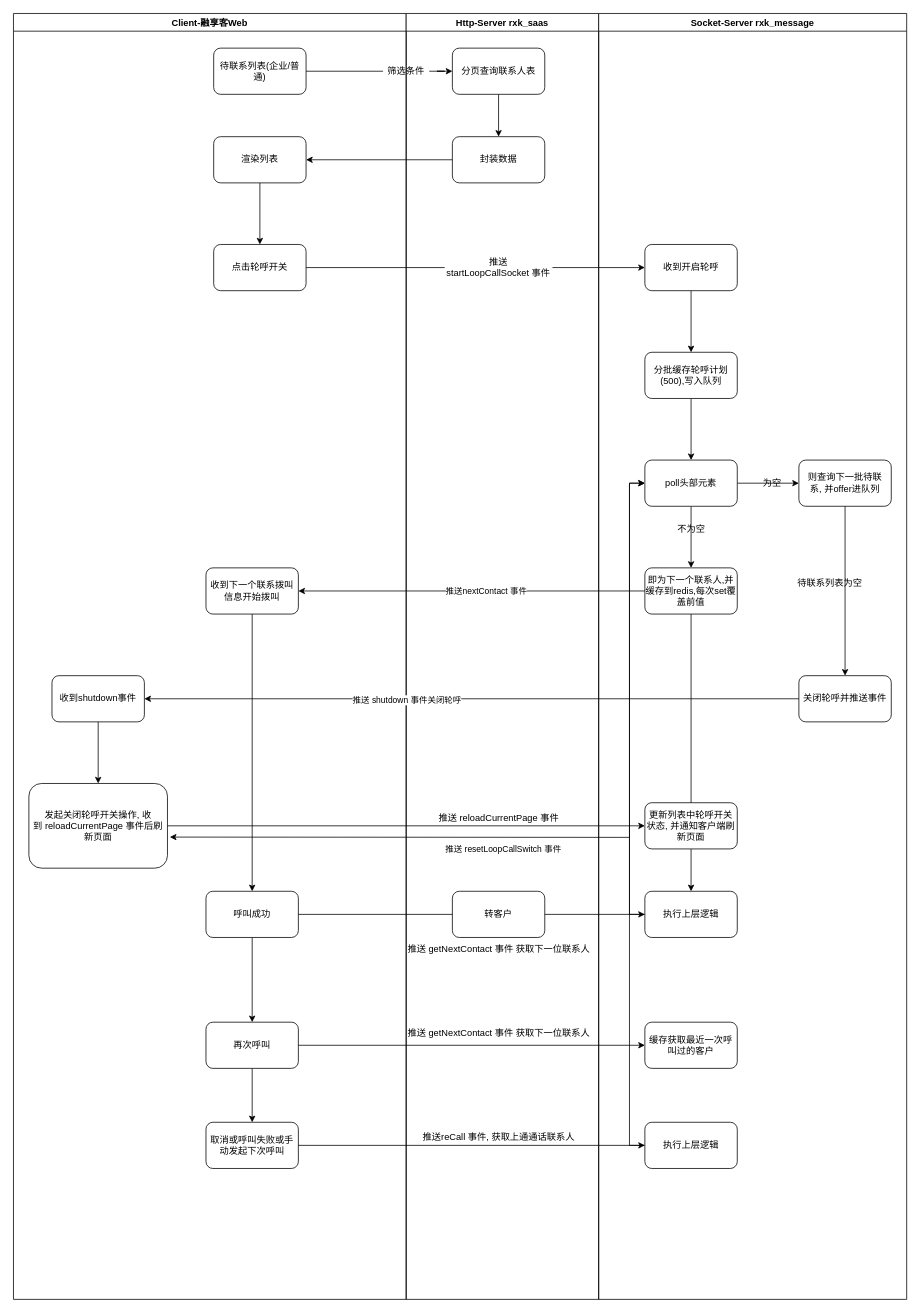
Before: 未命名绘图.drawio in didiEvans/draw.io, a draw.io diagram. Source tidied: cells renumbered, new cells numbered last; positions are measured from the earlier drawing's top-left corner, leaving out a move shared by most shapes. Both pictures are drawn from the tidied source at 77%, with x=0, y=0 at pixel (13, 13).
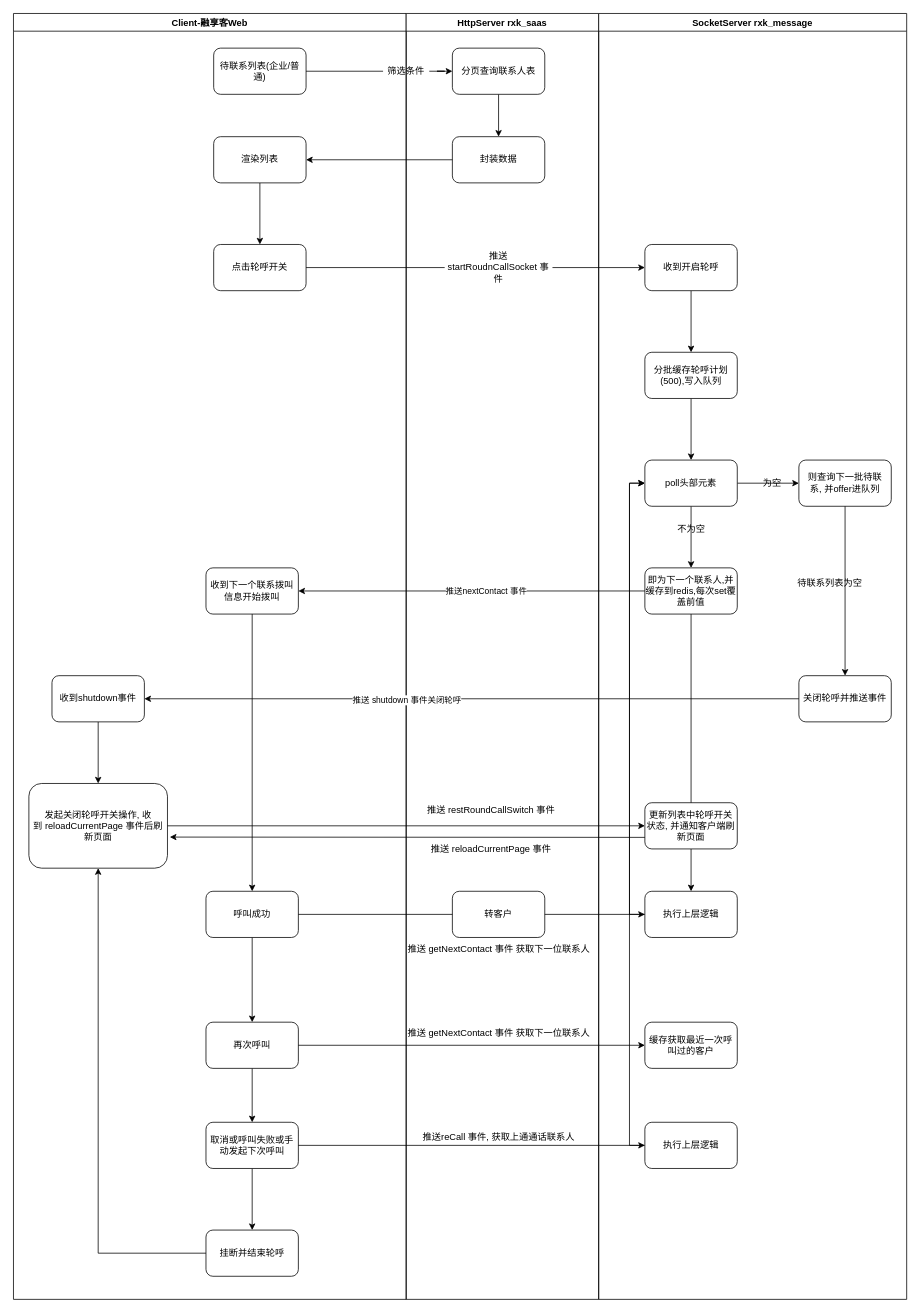
Above is the later version.

Unchanged cells that the change refers to:
```xml
<mxCell id="2" value="Client-融享客Web" style="swimlane;" parent="1" vertex="1">
  <mxGeometry width="510" height="1670" as="geometry" />
</mxCell>
<mxCell id="11" value="发起关闭轮呼开关操作,&amp;nbsp;收到&amp;nbsp;&lt;span style=&quot;&quot;&gt;reloadCurrentPage&amp;nbsp;事件后刷新页面&lt;/span&gt;" style="rounded=1;whiteSpace=wrap;html=1;" parent="2" vertex="1">
  <mxGeometry x="20" y="1000" width="180" height="110" as="geometry" />
</mxCell>
<mxCell id="14" value="取消或呼叫失败或手动发起下次呼叫" style="rounded=1;whiteSpace=wrap;html=1;" parent="2" vertex="1">
  <mxGeometry x="250" y="1440" width="120" height="60" as="geometry" />
</mxCell>
<mxCell id="39" value="更新列表中轮呼开关状态,&amp;nbsp;并通知客户端刷新页面" style="rounded=1;whiteSpace=wrap;html=1;" parent="26" vertex="1">
  <mxGeometry x="60" y="1025" width="120" height="60" as="geometry" />
</mxCell>
<mxCell id="57" style="edgeStyle=orthogonalEdgeStyle;rounded=0;jettySize=auto;html=1;exitX=1;exitY=0.5;exitDx=0;exitDy=0;entryX=0;entryY=0.5;entryDx=0;entryDy=0;" parent="1" edge="1" source="11" target="39">
  <mxGeometry relative="1" as="geometry" />
</mxCell>
```

The edit, as a diff of the source:
```diff
@@
+    <mxCell id="65" style="edgeStyle=orthogonalEdgeStyle;rounded=0;jettySize=auto;html=1;" parent="2" edge="1" source="14" target="67">
+      <mxGeometry relative="1" as="geometry" />
+    </mxCell>
@@
+    <mxCell id="66" style="edgeStyle=orthogonalEdgeStyle;rounded=0;jettySize=auto;html=1;exitX=0;exitY=0.5;exitDx=0;exitDy=0;entryX=0.5;entryY=1;entryDx=0;entryDy=0;" parent="2" edge="1" source="67" target="11">
+      <mxGeometry relative="1" as="geometry" />
+    </mxCell>
+    <mxCell id="67" value="挂断并结束轮呼" style="rounded=1;whiteSpace=wrap;html=1;" parent="2" vertex="1">
+      <mxGeometry x="250" y="1580" width="120" height="60" as="geometry" />
+    </mxCell>
-    <mxCell id="17" value="Http-Server rxk_saas" style="swimlane;startSize=23;" parent="1" vertex="1">
+    <mxCell id="17" value="HttpServer rxk_saas" style="swimlane;startSize=23;" parent="1" vertex="1">
       <mxGeometry x="510" width="250" height="1670" as="geometry" />
     </mxCell>
@@
-    <mxCell id="21" value="推送startLoopCallSocket&amp;nbsp;事件" style="text;html=1;strokeColor=none;fillColor=none;align=center;verticalAlign=middle;whiteSpace=wrap;rounded=0;" parent="17" vertex="1">
+    <mxCell id="21" value="推送startRoudnCallSocket&amp;nbsp;事件" style="text;html=1;strokeColor=none;fillColor=none;align=center;verticalAlign=middle;whiteSpace=wrap;rounded=0;" parent="17" vertex="1">
       <mxGeometry x="50" y="315" width="140" height="30" as="geometry" />
     </mxCell>
     <mxCell id="22" value="推送&amp;nbsp;reloadCurrentPage&amp;nbsp;事件" style="text;html=1;align=center;verticalAlign=middle;strokeColor=none;fillColor=none;" parent="17" vertex="1">
-      <mxGeometry x="30" y="1030" width="180" height="30" as="geometry" />
+      <mxGeometry x="20" y="1070" width="180" height="30" as="geometry" />
     </mxCell>
@@
+    <mxCell id="68" value="推送&amp;nbsp;restRoundCallSwitch 事件" style="text;html=1;align=center;verticalAlign=middle;strokeColor=none;fillColor=none;" parent="17" vertex="1">
+      <mxGeometry x="15" y="1020" width="190" height="30" as="geometry" />
+    </mxCell>
-    <mxCell id="26" value="Socket-Server rxk_message" style="swimlane;startSize=23;" parent="1" vertex="1">
+    <mxCell id="26" value="SocketServer rxk_message" style="swimlane;startSize=23;" parent="1" vertex="1">
       <mxGeometry x="760" width="400" height="1670" as="geometry" />
     </mxCell>
@@
-    <mxCell id="58" value="推送&amp;nbsp;resetLoopCallSwitch&amp;nbsp;事件" style="edgeLabel;html=1;align=center;verticalAlign=middle;" parent="57" vertex="1">
-      <mxGeometry x="0.28" y="-2" relative="1" as="geometry">
-        <mxPoint x="38" y="28" as="offset" />
-      </mxGeometry>
-    </mxCell>
-    <mxCell id="59" style="endArrow=classic;html=1;rounded=0;entryX=1.017;entryY=0.633;entryDx=0;entryDy=0;entryPerimeter=0;" parent="1" edge="1" target="11">
-      <mxGeometry relative="1" as="geometry">
-        <mxPoint x="800" y="1070" as="sourcePoint" />
-      </mxGeometry>
+    <mxCell id="59" style="endArrow=classic;html=1;rounded=0;entryX=1.017;entryY=0.633;entryDx=0;entryDy=0;entryPerimeter=0;exitX=0;exitY=0.75;exitDx=0;exitDy=0;" parent="1" edge="1" source="39" target="11">
+      <mxGeometry relative="1" as="geometry" />
     </mxCell>
```
